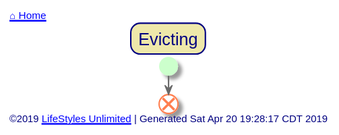
toddmo/lifestylesunlimited keeps this PlantUML diagram as out/src/single-family/evicting.svg. Above is the earlier version. The source it was exported from:
```plantuml
@startuml evicting


skinparam {
  BorderColor Red
  PathHoverColor Blue
}

skinparam Title {
  FontColor Navy
  BackgroundColor PaleGoldenRod
  BorderColor Navy
  BorderRoundCorner 20
}

skinparam activity {
  BackgroundColor Ivory
  BorderColor CornflowerBlue
  FontColor DimGray


  Arrow {
    Color dimgray
    FontColor dimgray
  }

  Start {
    Color PHYSICAL
  }

  End {
    Color Coral
  }

  Diamond {
    BackgroundColor Ivory
    BorderColor CornflowerBlue
    FontColor DarkGray
  }

  BackgroundColor<< Exception >> Red
	BorderColor<< Exception >> White
}

skinparam Swimlane {
  BorderColor CornflowerBlue
}

skinparam Partition {
  BackgroundColor Ivory
  BorderColor CornflowerBlue
  BorderThickness 1
  FontColor CornflowerBlue
  FontSize 16
  BorderRoundCorner 20
}

skinparam Note {
  BackgroundColor LightSteelBlue
  BorderColor CornflowerBlue
  FontColor White
}

skinparam Legend {
  BackgroundColor LightSteelBlue
  BorderColor CornflowerBlue
  FontColor White
}

skinparam Footer {
  FontColor Navy
}


left header
	<font color=Navy>[[../index.svg ⌂ Home]]</font>
endheader


	Title Evicting

	start

	end


left footer
	©2019 [[http://www.lifestylesunlimited.com LifeStyles Unlimited]] | Generated Sat Apr 20 19:28:17 CDT 2019
endfooter


@enduml
```
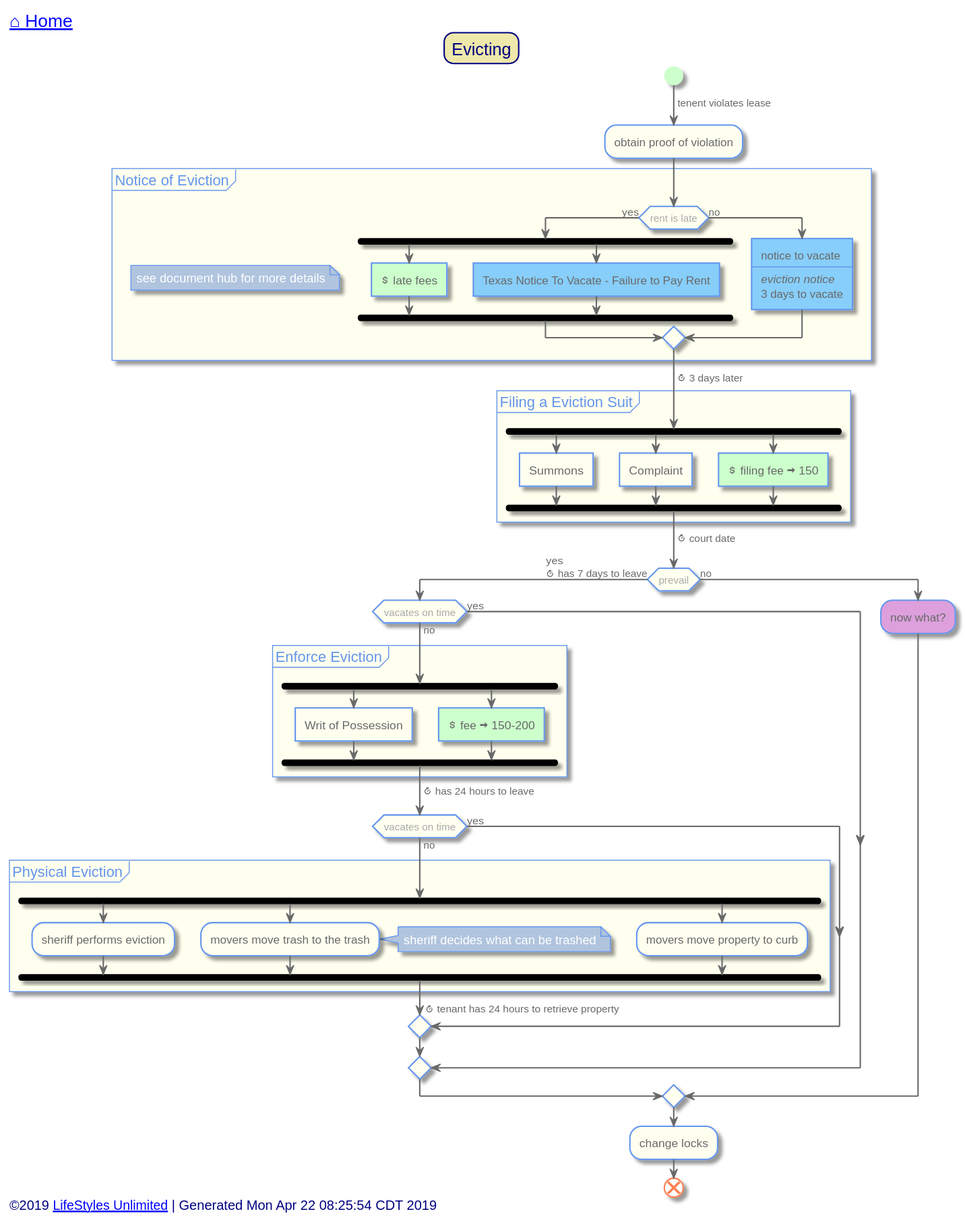
After the change.

Change to the diagram source:
```diff
@@ -73,19 +73,79 @@
 
 
 left header
-	<font color=Navy>[[../index.svg ⌂ Home]]</font>
+	<font color=Navy size=18>[[../index.svg ⌂ Home]]</font>
 endheader
 
 
 	Title Evicting
 
 	start
+	->tenent violates lease;
+	:obtain proof of violation;
 
+	partition "Notice of Eviction" {
+		note left: see document hub for more details
+		if(rent is late) then (yes)
+			fork
+				#PHYSICAL:<&dollar> late fees]
+			fork again
+				[[https://drive.google.com/open?id=0B18-6Qbo-LJ5Y3d0V1VBeGRHWlE]]#LightSkyBlue:Texas Notice To Vacate - Failure to Pay Rent]
+			end fork
+		else (no)
+			[[https://drive.google.com/open?id=0B18-6Qbo-LJ5U2pkTXRaMTg3SjQ]]#LightSkyBlue:notice to vacate\n----\n<i>eviction notice\n3 days to vacate]
+		endif
+	}
+
+	-><&timer> 3 days later;
+
+	partition "Filing a Eviction Suit" {
+		fork
+			:Summons]
+		fork again
+			:Complaint]
+		fork again
+			#PHYSICAL:<&dollar> filing fee <&arrow-thick-right> 150]
+		end fork
+	}
+
+	-><&timer> court date;
+
+	if(prevail) then (yes\n<&timer> has 7 days to leave)
+
+		if(vacates on time) then (no)
+			partition "Enforce Eviction" {
+				fork
+					:Writ of Possession]
+				fork again
+					#PHYSICAL:<&dollar> fee <&arrow-thick-right> 150-200]
+				end fork
+			}
+			-><&timer> has 24 hours to leave;
+			if(vacates on time) then (no)
+				partition "Physical Eviction" {
+					fork
+						:sheriff performs eviction;
+					fork again
+						:movers move trash to the trash;
+						note right:sheriff decides what can be trashed
+					fork again
+						:movers move property to curb;
+					end fork
+				}
+				-><&timer> tenant has 24 hours to retrieve property;
+			else (yes)
+			endif
+		else (yes)
+		endif
+	else (no)
+		#Plum:now what?;
+	endif
+	:change locks;
 	end
 
 
 left footer
-	©2019 [[http://www.lifestylesunlimited.com LifeStyles Unlimited]] | Generated Sat Apr 20 19:28:17 CDT 2019
+	<font size=14>©2019 [[http://www.lifestylesunlimited.com LifeStyles Unlimited]] | Generated Mon Apr 22 08:25:54 CDT 2019</font>
 endfooter
 
 
```
